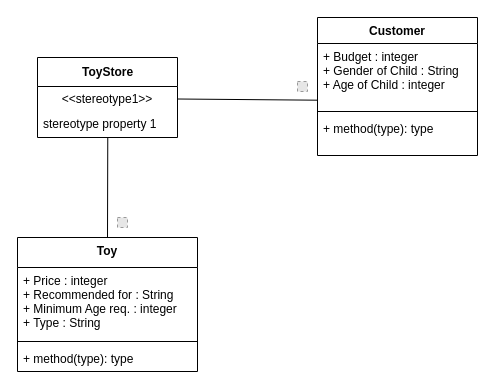
Earlier version of the draw.io diagram Untitled Diagram.drawio (Shrimad-Bhagwat/Toy-Recommendation-App). Source tidied: cells renumbered, new cells numbered last; positions are measured from the earlier drawing's top-left corner, leaving out a move shared by most shapes. Both pictures are drawn from the tidied source at 100%, with x=0, y=0 at pixel (17, 17). Pictures stored in the file or linked from it are replaced by grey dashed boxes.
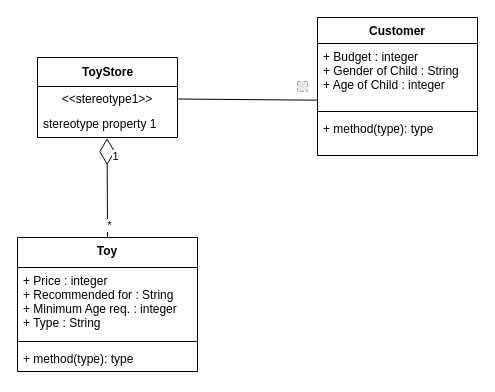
After the change.

Commit message:
Class Diagram

Change to the diagram source:
```diff
@@
 <mxGraphModel>
   <root>
     <mxCell id="0" />
     <mxCell id="1" parent="0" />
     <mxCell id="2" value="ToyStore" style="swimlane;fontStyle=1;align=center;verticalAlign=middle;horizontal=1;startSize=29;html=1;" parent="1" vertex="1">
       <mxGeometry x="20" y="40" width="140" height="80" as="geometry" />
     </mxCell>
     <mxCell id="3" value="&amp;lt;&amp;lt;stereotype1&amp;gt;&amp;gt;" style="text;html=1;strokeColor=none;fillColor=none;align=center;verticalAlign=middle;spacingLeft=4;spacingRight=4;overflow=hidden;points=[[0,0.5],[1,0.5]];portConstraint=eastwest;" parent="2" vertex="1">
       <mxGeometry y="29" width="140" height="25" as="geometry" />
     </mxCell>
     <mxCell id="4" value="stereotype property 1" style="text;html=1;strokeColor=none;fillColor=none;align=left;verticalAlign=middle;spacingLeft=4;spacingRight=4;overflow=hidden;points=[[0,0.5],[1,0.5]];portConstraint=eastwest;" parent="2" vertex="1">
       <mxGeometry y="54" width="140" height="26" as="geometry" />
     </mxCell>
     <mxCell id="5" value="Customer" style="swimlane;fontStyle=1;align=center;verticalAlign=top;horizontal=1;startSize=26;" parent="1" vertex="1">
       <mxGeometry x="300" width="160" height="138" as="geometry" />
     </mxCell>
     <mxCell id="6" value="+ Budget : integer&#10;+ Gender of Child : String&#10;+ Age of Child : integer" style="text;strokeColor=none;fillColor=none;align=left;verticalAlign=top;spacingLeft=4;spacingRight=4;overflow=hidden;points=[[0,0.5],[1,0.5]];portConstraint=eastwest;" parent="5" vertex="1">
       <mxGeometry y="26" width="160" height="64" as="geometry" />
     </mxCell>
     <mxCell id="7" style="line;strokeWidth=1;fillColor=none;align=left;verticalAlign=middle;spacingTop=-1;spacingLeft=3;spacingRight=3;labelPosition=right;" parent="5" vertex="1">
       <mxGeometry y="90" width="160" height="8" as="geometry" />
     </mxCell>
     <mxCell id="8" value="+ method(type): type" style="text;strokeColor=none;fillColor=none;align=left;verticalAlign=top;spacingLeft=4;spacingRight=4;overflow=hidden;" parent="5" vertex="1">
       <mxGeometry y="98" width="160" height="40" as="geometry" />
     </mxCell>
     <mxCell id="9" value="Toy" style="swimlane;fontStyle=1;align=center;verticalAlign=top;horizontal=1;startSize=30;" parent="1" vertex="1">
       <mxGeometry y="220" width="180" height="134" as="geometry" />
     </mxCell>
     <mxCell id="10" value="+ Price : integer&#10;+ Recommended for : String&#10;+ Minimum Age req. : integer&#10;+ Type : String" style="text;strokeColor=none;fillColor=none;align=left;verticalAlign=top;spacingLeft=4;spacingRight=4;overflow=hidden;" parent="9" vertex="1">
       <mxGeometry y="30" width="180" height="70" as="geometry" />
     </mxCell>
     <mxCell id="11" style="line;strokeWidth=1;fillColor=none;align=left;verticalAlign=middle;spacingTop=-1;spacingLeft=3;spacingRight=3;labelPosition=right;" parent="9" vertex="1">
       <mxGeometry y="100" width="180" height="8" as="geometry" />
     </mxCell>
     <mxCell id="12" value="+ method(type): type" style="text;strokeColor=none;fillColor=none;align=left;verticalAlign=top;spacingLeft=4;spacingRight=4;overflow=hidden;" parent="9" vertex="1">
       <mxGeometry y="108" width="180" height="26" as="geometry" />
     </mxCell>
-    <mxCell id="13" style="endArrow=none;html=1;entryX=0.502;entryY=0.999;entryDx=0;entryDy=0;entryPerimeter=0;exitX=0.5;exitY=0;exitDx=0;exitDy=0;" parent="1" edge="1" source="9" target="4">
-      <mxGeometry relative="1" as="geometry" />
-    </mxCell>
-    <mxCell id="14" style="fillColor=#E6E6E6;strokeColor=#999999;dashed=1;html=1;verticalAlign=top;verticalLabelPosition=bottom;labelBackgroundColor=#ffffff;" parent="1" vertex="1">
-      <mxGeometry x="100" y="200" width="10" height="10" as="geometry" />
-    </mxCell>
     <mxCell id="15" style="endArrow=none;html=1;entryX=0;entryY=0.886;entryDx=0;entryDy=0;entryPerimeter=0;exitX=1;exitY=0.5;exitDx=0;exitDy=0;" parent="1" edge="1" source="3" target="6">
       <mxGeometry relative="1" as="geometry" />
     </mxCell>
     <mxCell id="16" style="fillColor=#E6E6E6;strokeColor=#999999;dashed=1;html=1;verticalAlign=top;verticalLabelPosition=bottom;labelBackgroundColor=#ffffff;" parent="1" vertex="1">
       <mxGeometry x="280" y="64" width="10" height="10" as="geometry" />
     </mxCell>
+    <mxCell id="13" style="endArrow=diamondThin;endFill=0;endSize=24;html=1;exitX=0.5;exitY=0;exitDx=0;exitDy=0;entryX=0.497;entryY=1.025;entryDx=0;entryDy=0;entryPerimeter=0;" parent="1" edge="1" source="9" target="4">
+      <mxGeometry relative="1" as="geometry" />
+    </mxCell>
+    <mxCell id="17" value="1" style="edgeLabel;html=1;align=center;verticalAlign=middle;" parent="13" vertex="1">
+      <mxGeometry x="0.64" y="-8" relative="1" as="geometry" />
+    </mxCell>
+    <mxCell id="18" value="*" style="edgeLabel;html=1;align=center;verticalAlign=middle;" parent="13" vertex="1">
+      <mxGeometry x="-0.76" y="-2" relative="1" as="geometry" />
+    </mxCell>
   </root>
 </mxGraphModel>
```
